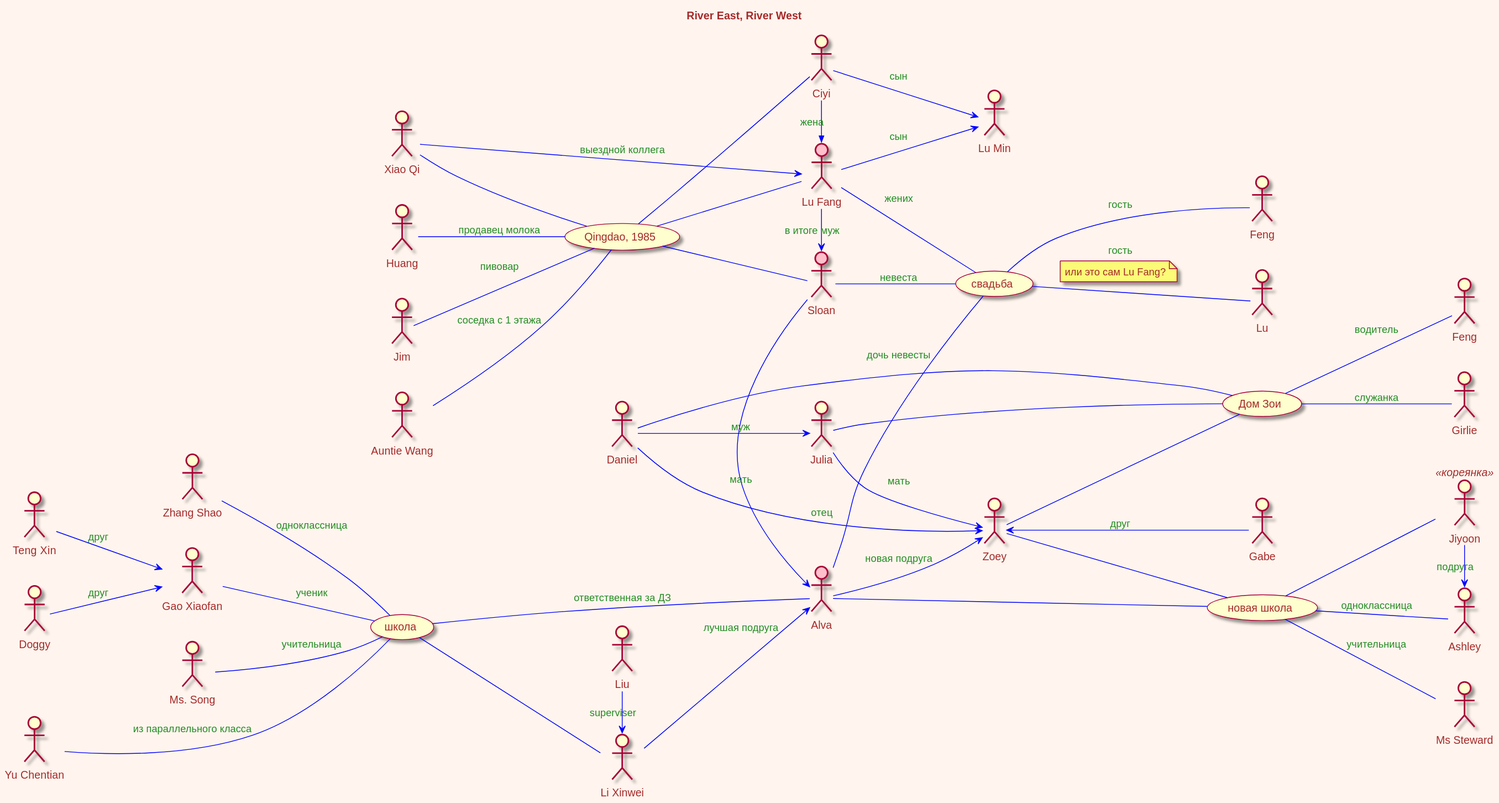
Earlier version of the PlantUML export River East, River West/river-River_East__River_West.svg (olek3/reading).
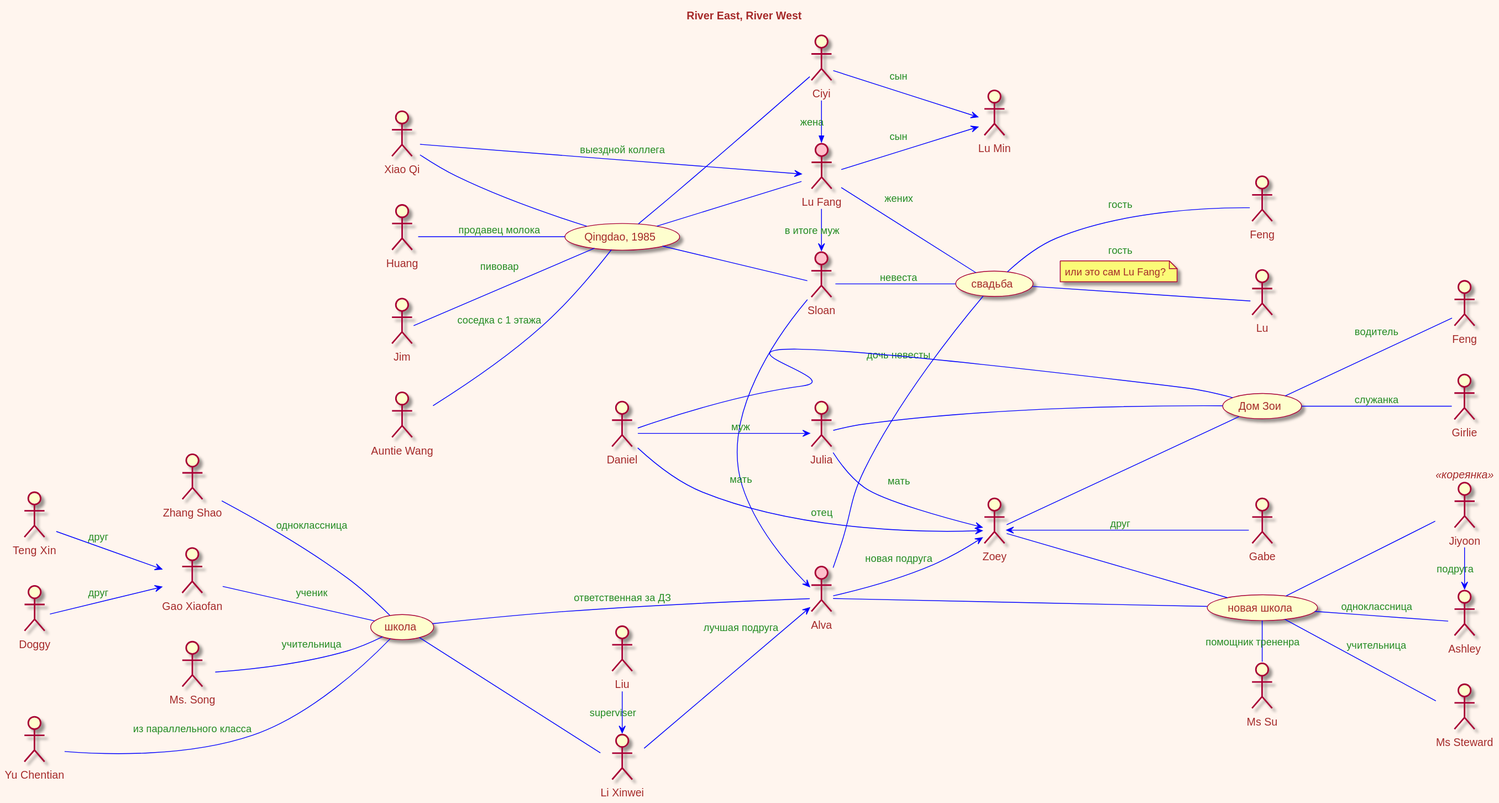
After the change.

Commit message:
Ms Su - помощник тренера

Diff of the diagram source:
```diff
@@ -139,4 +139,8 @@
 :Gabe: as Gabe
 
 Zoey <-- Gabe : друг
+
+:Ms Su: as Su
+
+new_school - Su : помощник трененра
 @enduml
```
